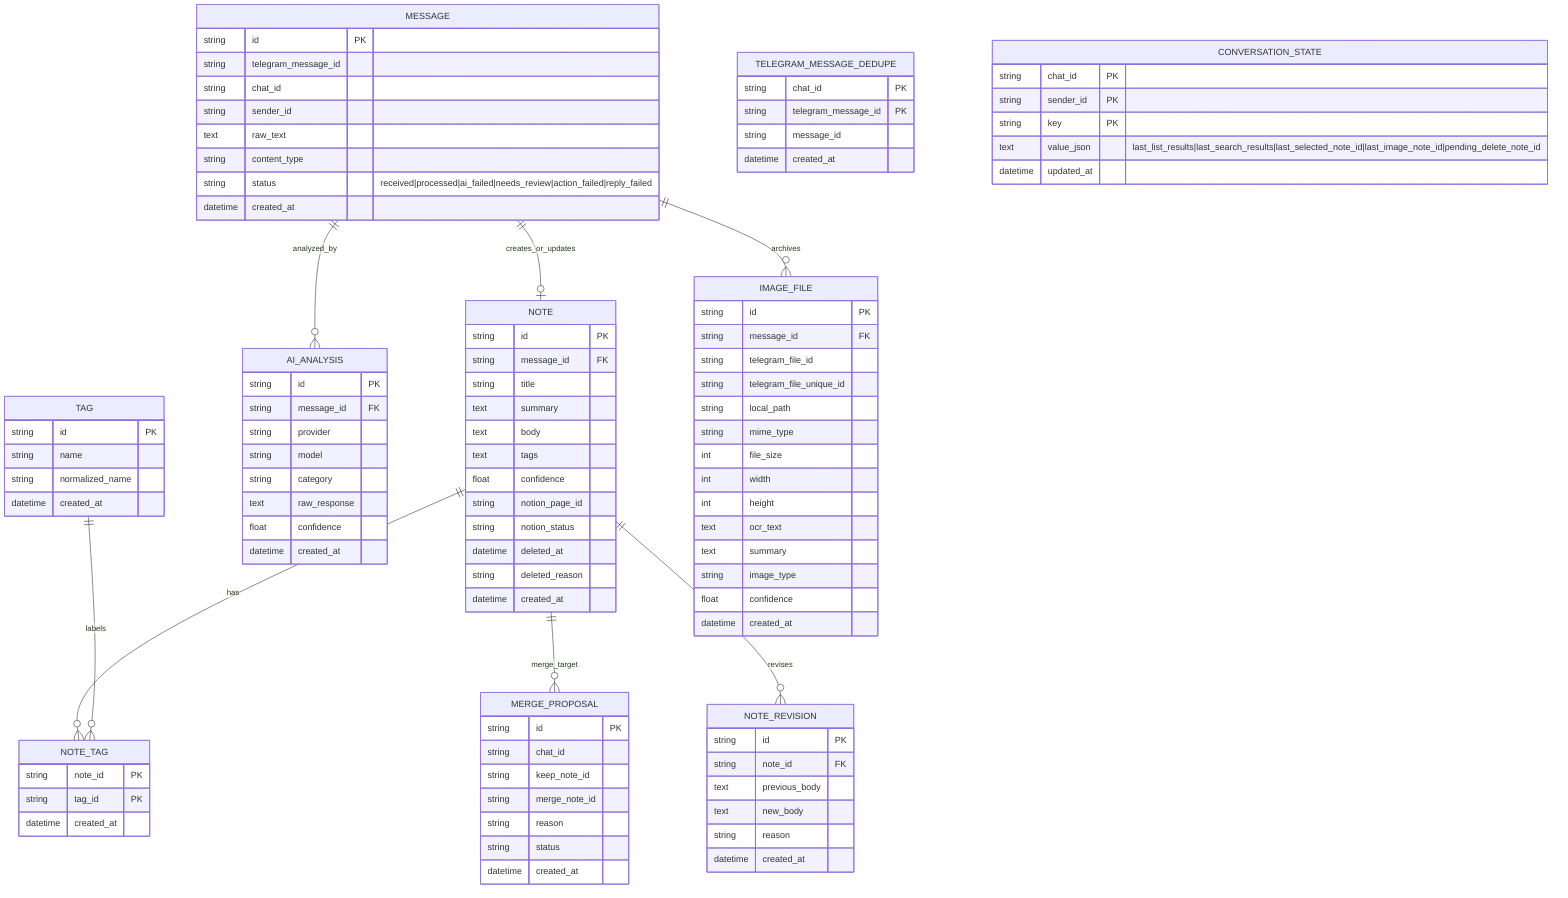
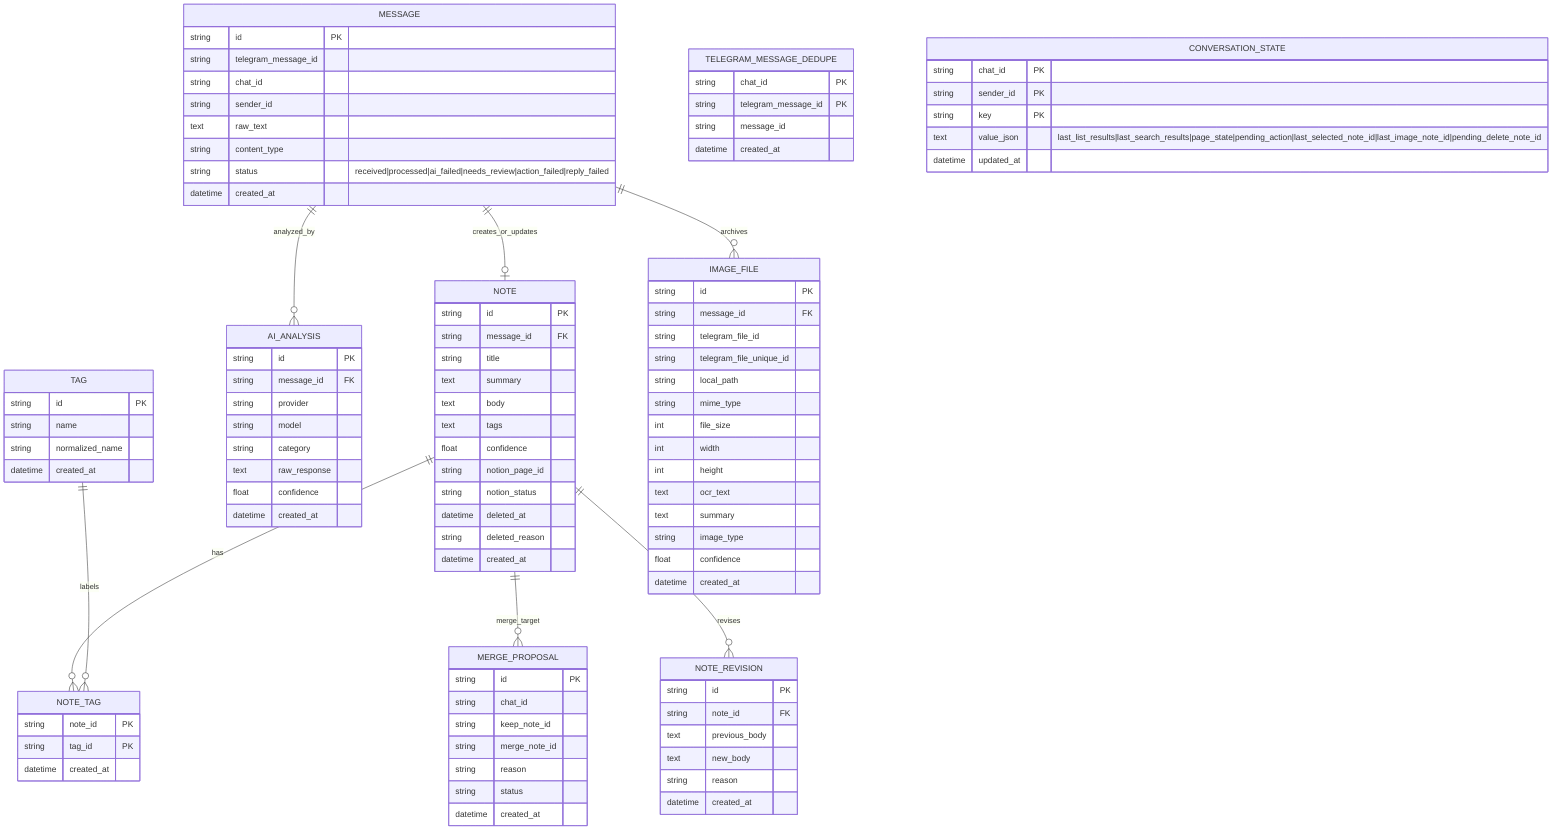
erDiagram
    MESSAGE {
        string id PK
        string telegram_message_id
        string chat_id
        string sender_id
        text raw_text
        string content_type
        string status "received|processed|ai_failed|needs_review|action_failed|reply_failed"
        datetime created_at
    }

    TELEGRAM_MESSAGE_DEDUPE {
        string chat_id PK
        string telegram_message_id PK
        string message_id
        datetime created_at
    }

    NOTE {
        string id PK
        string message_id FK
        string title
        text summary
        text body
        text tags
        float confidence
        string notion_page_id
        string notion_status
        datetime deleted_at
        string deleted_reason
        datetime created_at
    }

    AI_ANALYSIS {
        string id PK
        string message_id FK
        string provider
        string model
        string category
        text raw_response
        float confidence
        datetime created_at
    }

    TAG {
        string id PK
        string name
        string normalized_name
        datetime created_at
    }

    NOTE_TAG {
        string note_id PK
        string tag_id PK
        datetime created_at
    }

    IMAGE_FILE {
        string id PK
        string message_id FK
        string telegram_file_id
        string telegram_file_unique_id
        string local_path
        string mime_type
        int file_size
        int width
        int height
        text ocr_text
        text summary
        string image_type
        float confidence
        datetime created_at
    }

    MERGE_PROPOSAL {
        string id PK
        string chat_id
        string keep_note_id
        string merge_note_id
        string reason
        string status
        datetime created_at
    }

    CONVERSATION_STATE {
        string chat_id PK
        string sender_id PK
        string key PK
-         text value_json "last_list_results|last_search_results|last_selected_note_id|last_image_note_id|pending_delete_note_id"
+         text value_json "last_list_results|last_search_results|page_state|pending_action|last_selected_note_id|last_image_note_id|pending_delete_note_id"
        datetime updated_at
    }

    NOTE_REVISION {
        string id PK
        string note_id FK
        text previous_body
        text new_body
        string reason
        datetime created_at
    }

    MESSAGE ||--o| NOTE : creates_or_updates
    MESSAGE ||--o{ AI_ANALYSIS : analyzed_by
    MESSAGE ||--o{ IMAGE_FILE : archives
    NOTE ||--o{ NOTE_TAG : has
    TAG ||--o{ NOTE_TAG : labels
    NOTE ||--o{ MERGE_PROPOSAL : merge_target
    NOTE ||--o{ NOTE_REVISION : revises
